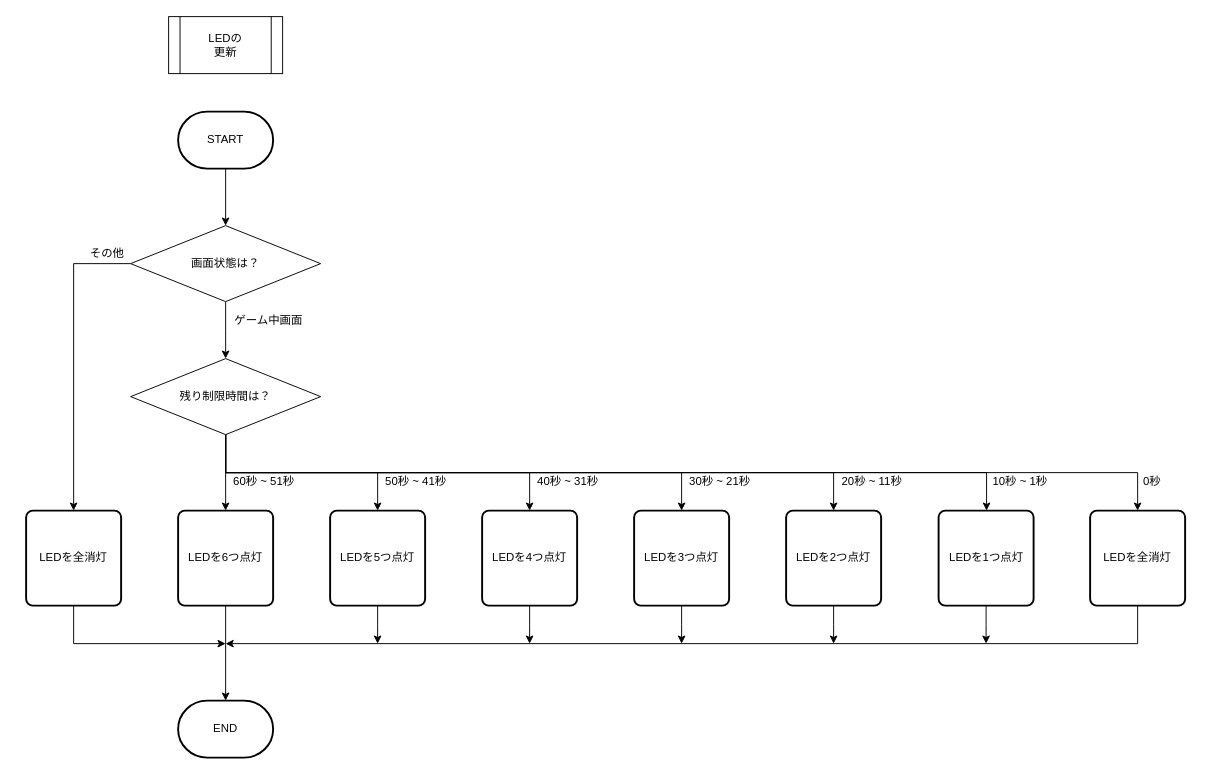
The draw.io diagram page "LEDの更新" (2 of 2) of 資料/設計書/フローチャート/モグラ叩き_フローチャート_LED.drawio in hakohumi/comp.train.whack-a-mole, before the edit. Source tidied: cells renumbered, new cells numbered last; positions are measured from the earlier drawing's top-left corner, leaving out a move shared by most shapes. Both pictures are drawn from the tidied source at 95%, with x=0, y=0 at pixel (26, 16).
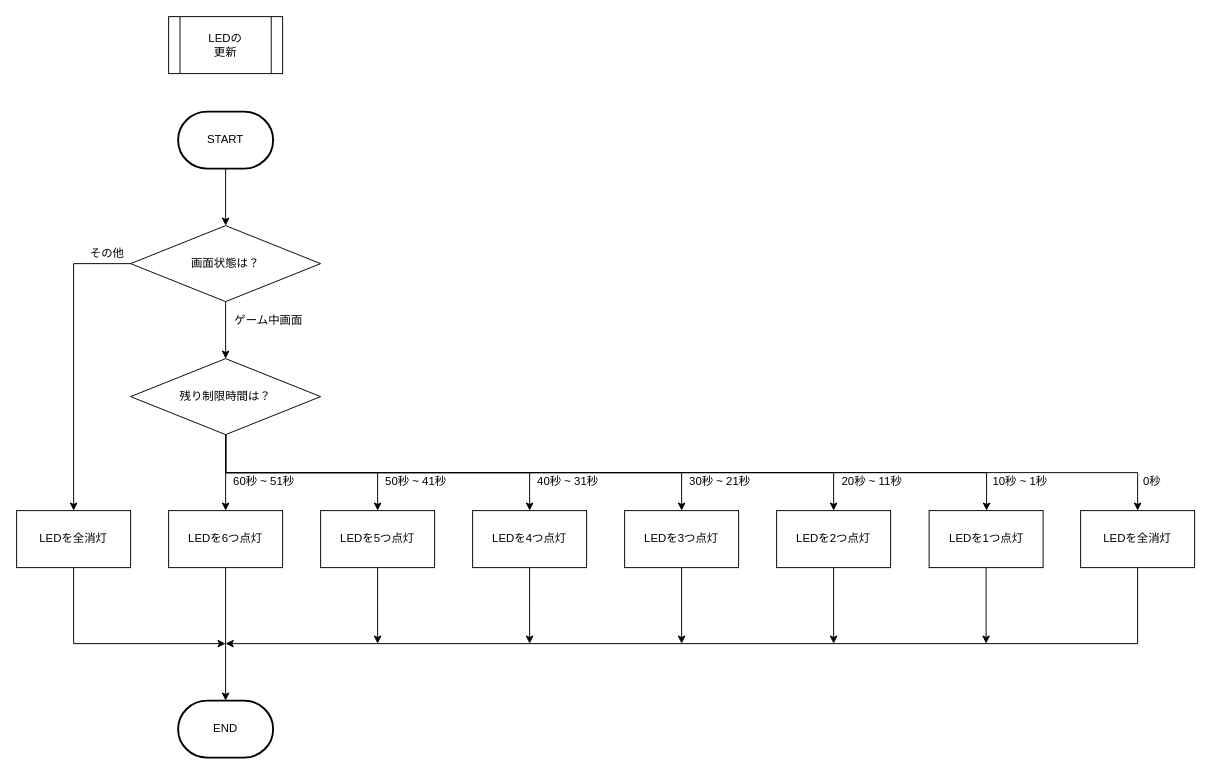
Above is the later version.

The change refers to these unchanged cells:
```xml
<mxCell id="8" value="画面状態は？" style="rhombus;whiteSpace=wrap;html=1;" parent="1" vertex="1">
  <mxGeometry x="110" y="220" width="200" height="80" as="geometry" />
</mxCell>
```

What changed in the source:
```diff
@@
-    <mxCell id="7" style="edgeStyle=orthogonalEdgeStyle;rounded=0;jettySize=auto;html=1;entryX=0.5;entryY=0;entryDx=0;entryDy=0;" parent="1" edge="1" source="8" target="41">
+    <mxCell id="7" style="edgeStyle=orthogonalEdgeStyle;rounded=0;jettySize=auto;html=1;entryX=0.5;entryY=0;entryDx=0;entryDy=0;" parent="1" edge="1" source="8">
       <mxGeometry relative="1" as="geometry">
+        <mxPoint x="50" y="520" as="targetPoint" />
         <Array as="points">
           <mxPoint x="50" y="260" />
         </Array>
       </mxGeometry>
     </mxCell>
@@
-    <mxCell id="20" value="LEDを6つ点灯" style="rounded=1;whiteSpace=wrap;html=1;absoluteArcSize=1;arcSize=14;strokeWidth=2;" parent="1" vertex="1">
-      <mxGeometry x="160" y="520" width="100" height="100" as="geometry" />
+    <mxCell id="20" value="LEDを6つ点灯" style="rounded=0;whiteSpace=wrap;html=1;absoluteArcSize=0;" parent="1" vertex="1">
+      <mxGeometry x="150" y="520" width="120" height="60" as="geometry" />
     </mxCell>
@@
-    <mxCell id="22" value="LEDを5つ点灯" style="rounded=1;whiteSpace=wrap;html=1;absoluteArcSize=1;arcSize=14;strokeWidth=2;" parent="1" vertex="1">
-      <mxGeometry x="320" y="520" width="100" height="100" as="geometry" />
+    <mxCell id="22" value="LEDを5つ点灯" style="rounded=0;whiteSpace=wrap;html=1;absoluteArcSize=1;" parent="1" vertex="1">
+      <mxGeometry x="310" y="520" width="120" height="60" as="geometry" />
     </mxCell>
@@
-    <mxCell id="24" value="LEDを4つ点灯" style="rounded=1;whiteSpace=wrap;html=1;absoluteArcSize=1;arcSize=14;strokeWidth=2;" parent="1" vertex="1">
-      <mxGeometry x="480" y="520" width="100" height="100" as="geometry" />
+    <mxCell id="24" value="LEDを4つ点灯" style="rounded=0;whiteSpace=wrap;html=1;absoluteArcSize=1;" parent="1" vertex="1">
+      <mxGeometry x="470" y="520" width="120" height="60" as="geometry" />
     </mxCell>
@@
-    <mxCell id="26" value="LEDを3つ点灯" style="rounded=1;whiteSpace=wrap;html=1;absoluteArcSize=1;arcSize=14;strokeWidth=2;" parent="1" vertex="1">
-      <mxGeometry x="640" y="520" width="100" height="100" as="geometry" />
+    <mxCell id="26" value="LEDを3つ点灯" style="rounded=0;whiteSpace=wrap;html=1;absoluteArcSize=1;" parent="1" vertex="1">
+      <mxGeometry x="630" y="520" width="120" height="60" as="geometry" />
     </mxCell>
@@
-    <mxCell id="28" value="LEDを2つ点灯" style="rounded=1;whiteSpace=wrap;html=1;absoluteArcSize=1;arcSize=14;strokeWidth=2;" parent="1" vertex="1">
-      <mxGeometry x="800" y="520" width="100" height="100" as="geometry" />
+    <mxCell id="28" value="LEDを2つ点灯" style="rounded=0;whiteSpace=wrap;html=1;absoluteArcSize=1;" parent="1" vertex="1">
+      <mxGeometry x="790" y="520" width="120" height="60" as="geometry" />
     </mxCell>
@@
-    <mxCell id="30" value="LEDを1つ点灯" style="rounded=1;whiteSpace=wrap;html=1;absoluteArcSize=1;arcSize=14;strokeWidth=2;" parent="1" vertex="1">
-      <mxGeometry x="960.5" y="520" width="100" height="100" as="geometry" />
+    <mxCell id="30" value="LEDを1つ点灯" style="rounded=0;whiteSpace=wrap;html=1;absoluteArcSize=1;" parent="1" vertex="1">
+      <mxGeometry x="950.5" y="520" width="120" height="60" as="geometry" />
     </mxCell>
@@
-    <mxCell id="32" value="LEDを全消灯" style="rounded=1;whiteSpace=wrap;html=1;absoluteArcSize=1;arcSize=14;strokeWidth=2;" parent="1" vertex="1">
-      <mxGeometry x="1120" y="520" width="100" height="100" as="geometry" />
+    <mxCell id="32" value="LEDを全消灯" style="rounded=0;whiteSpace=wrap;html=1;absoluteArcSize=1;" parent="1" vertex="1">
+      <mxGeometry x="1110" y="520" width="120" height="60" as="geometry" />
     </mxCell>
@@
-    <mxCell id="40" style="edgeStyle=orthogonalEdgeStyle;rounded=0;jettySize=auto;html=1;" parent="1" edge="1" source="41">
+    <mxCell id="40" style="edgeStyle=orthogonalEdgeStyle;rounded=0;jettySize=auto;html=1;exitX=0.5;exitY=1;exitDx=0;exitDy=0;" parent="1" edge="1" source="41">
       <mxGeometry relative="1" as="geometry">
         <mxPoint x="210" y="660" as="targetPoint" />
         <Array as="points">
           <mxPoint x="50" y="660" />
-          <mxPoint x="210" y="660" />
         </Array>
       </mxGeometry>
     </mxCell>
-    <mxCell id="41" value="LEDを全消灯" style="rounded=1;whiteSpace=wrap;html=1;absoluteArcSize=1;arcSize=14;strokeWidth=2;" parent="1" vertex="1">
-      <mxGeometry y="520" width="100" height="100" as="geometry" />
+    <mxCell id="41" value="&lt;span&gt;LEDを全消灯&lt;/span&gt;" style="rounded=0;whiteSpace=wrap;html=1;" parent="1" vertex="1">
+      <mxGeometry x="-10" y="520" width="120" height="60" as="geometry" />
     </mxCell>
```
